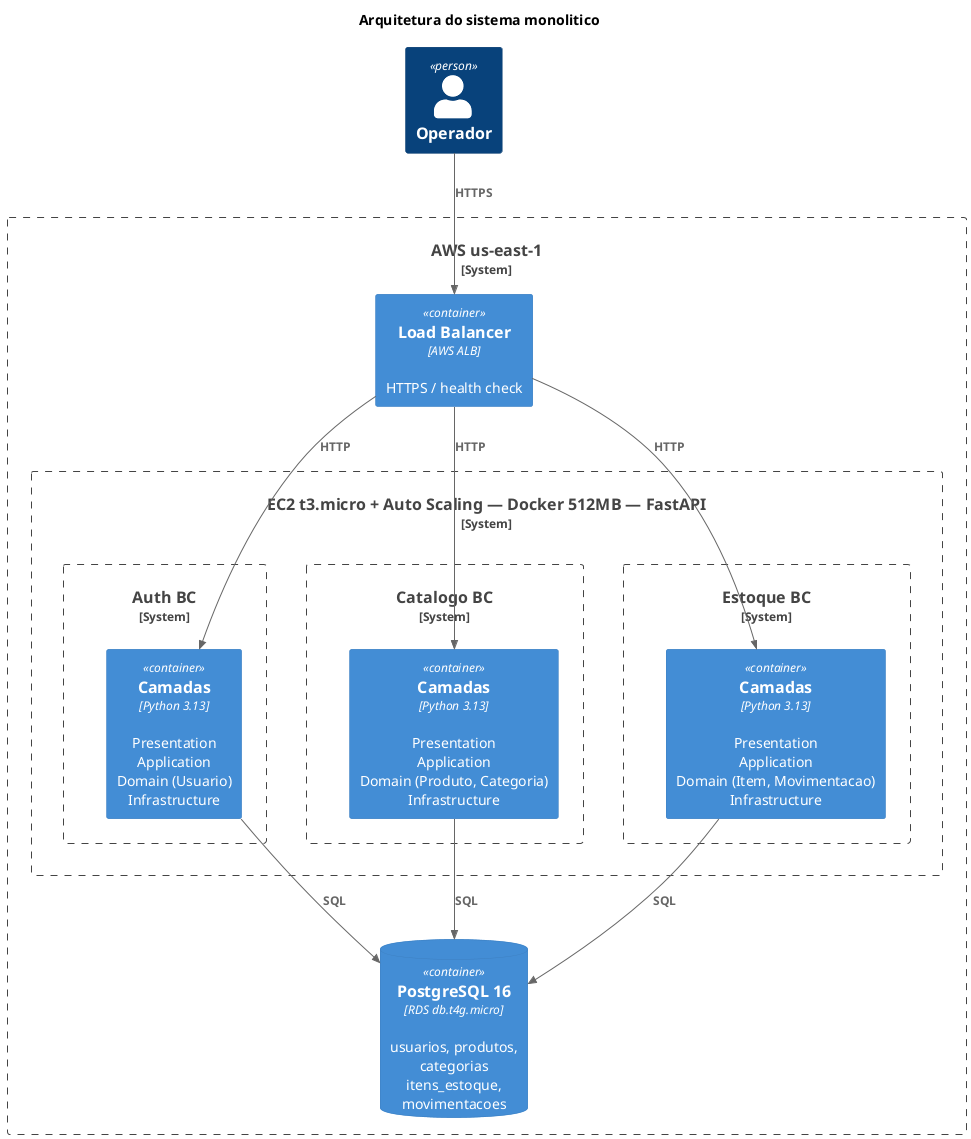
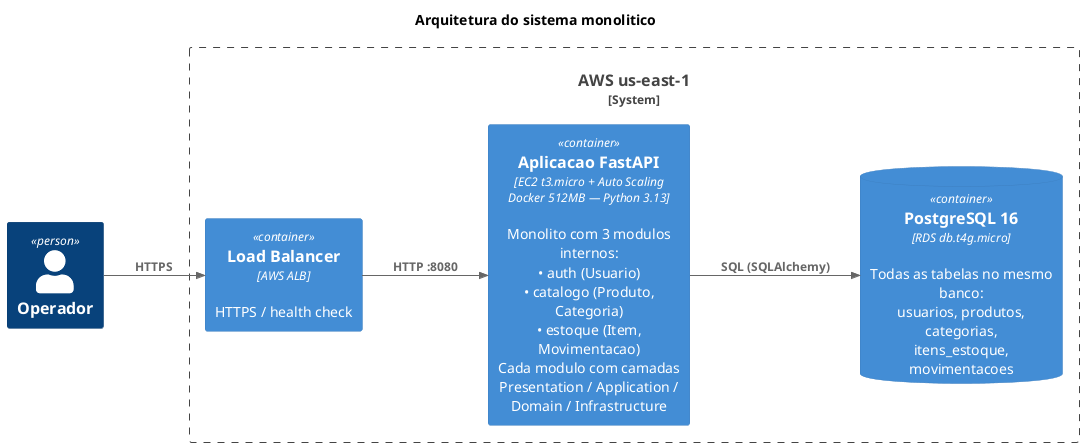
@startuml c4-container-monolith
!include <C4/C4_Container>
+ LAYOUT_LEFT_RIGHT()

title Arquitetura do sistema monolitico

Person(operador, "Operador")

System_Boundary(aws, "AWS us-east-1") {

    Container(alb, "Load Balancer", "AWS ALB", "HTTPS / health check")

-     System_Boundary(app, "EC2 t3.micro + Auto Scaling — Docker 512MB — FastAPI") {
+     Container(app, "Aplicacao FastAPI", "EC2 t3.micro + Auto Scaling\nDocker 512MB — Python 3.13", "Monolito com 3 modulos internos:\n• auth (Usuario)\n• catalogo (Produto, Categoria)\n• estoque (Item, Movimentacao)\nCada modulo com camadas\nPresentation / Application / Domain / Infrastructure")

-         System_Boundary(auth_bc, "Auth BC") {
-             Container(auth, "Camadas", "Python 3.13", "Presentation\nApplication\nDomain (Usuario)\nInfrastructure")
-         }
- 
-         System_Boundary(cat_bc, "Catalogo BC") {
-             Container(cat, "Camadas", "Python 3.13", "Presentation\nApplication\nDomain (Produto, Categoria)\nInfrastructure")
-         }
- 
-         System_Boundary(est_bc, "Estoque BC") {
-             Container(est, "Camadas", "Python 3.13", "Presentation\nApplication\nDomain (Item, Movimentacao)\nInfrastructure")
-         }
-     }
- 
-     ContainerDb(rds, "PostgreSQL 16", "RDS db.t4g.micro", "usuarios, produtos, categorias\nitens_estoque, movimentacoes")
+     ContainerDb(rds, "PostgreSQL 16", "RDS db.t4g.micro", "Todas as tabelas no mesmo banco:\nusuarios, produtos, categorias,\nitens_estoque, movimentacoes")
}

Rel(operador, alb, "HTTPS")
- Rel(alb, auth, "HTTP")
- Rel(alb, cat, "HTTP")
- Rel(alb, est, "HTTP")
- Rel(auth, rds, "SQL")
- Rel(cat, rds, "SQL")
- Rel(est, rds, "SQL")
- 
- Lay_R(auth_bc, cat_bc)
- Lay_R(cat_bc, est_bc)
+ Rel(alb, app, "HTTP :8080")
+ Rel(app, rds, "SQL (SQLAlchemy)")

@enduml
